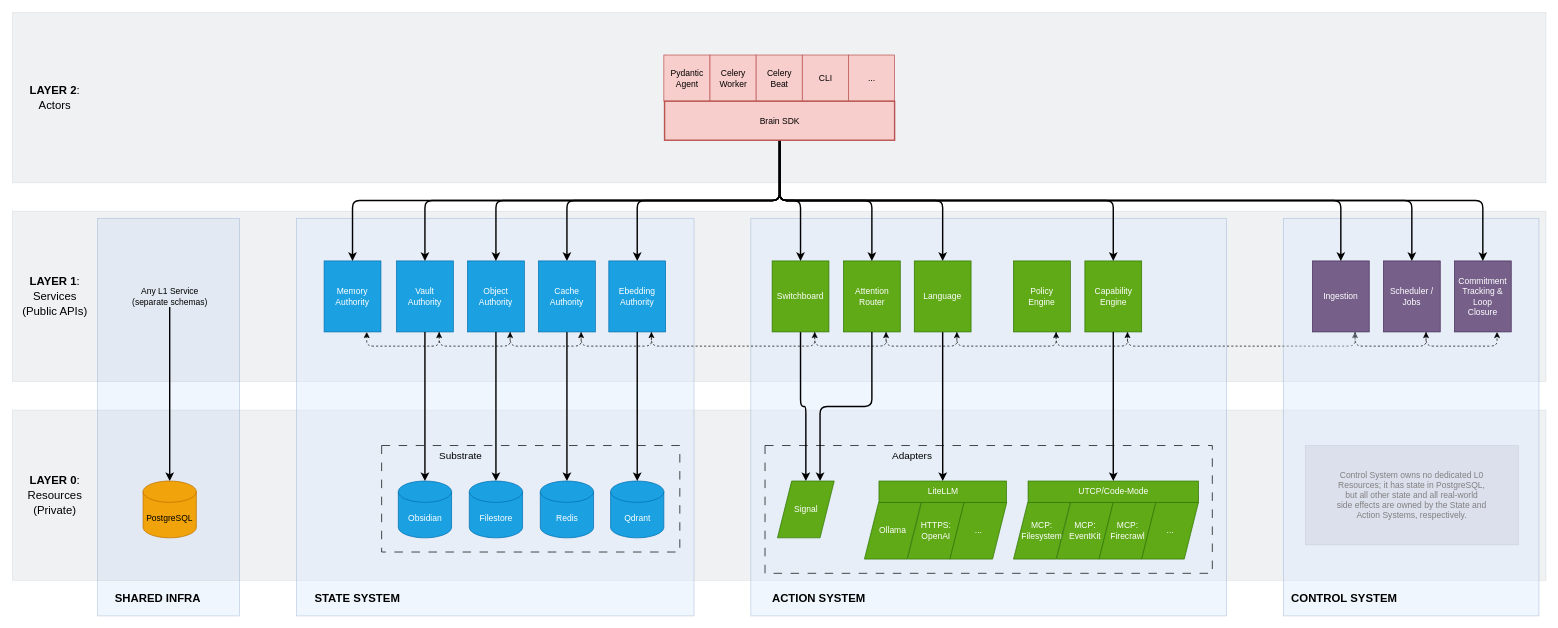
Before: page "boundaries-and-responsibilities" (4 of 4) of img/diagrams.drawio in cmtonkinson/brain, a draw.io diagram. Source tidied: cells renumbered, new cells numbered last; positions are measured from the earlier drawing's top-left corner, leaving out a move shared by most shapes. Both pictures are drawn from the tidied source at 71%, with x=0, y=0 at pixel (12, 12).
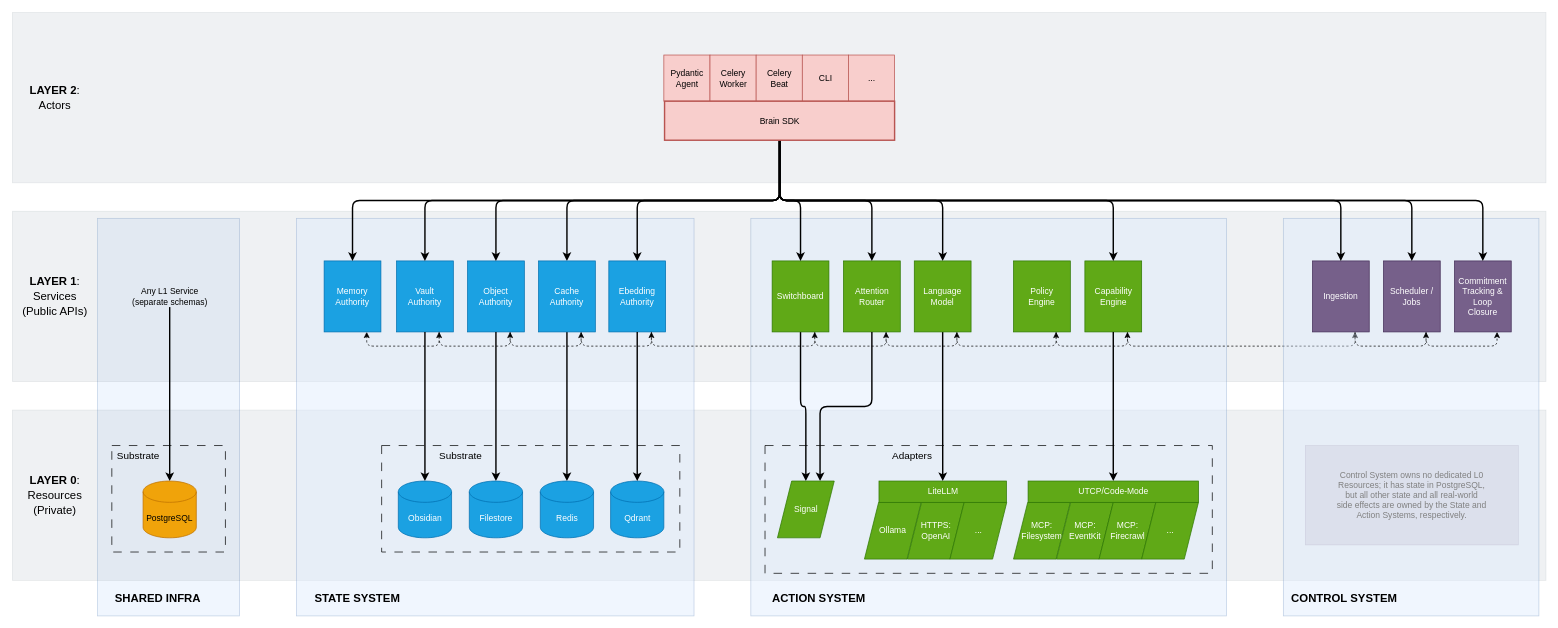
The same diagram, later.

What changed in the source:
```diff
@@
-    <mxCell id="85" value="Language" style="rounded=0;whiteSpace=wrap;html=1;fillColor=#60a917;strokeColor=#2D7600;fontColor=#ffffff;" parent="1" vertex="1">
+    <mxCell id="85" value="Language&lt;br&gt;Model" style="rounded=0;whiteSpace=wrap;html=1;fillColor=#60a917;strokeColor=#2D7600;fontColor=#ffffff;" parent="1" vertex="1">
       <mxGeometry x="1270.2" y="350" width="80" height="100" as="geometry" />
     </mxCell>
@@
+    <mxCell id="93" style="rounded=0;whiteSpace=wrap;html=1;fillColor=none;dashed=1;dashPattern=12 12;" parent="1" vertex="1">
+      <mxGeometry x="140" y="610" width="160" height="150" as="geometry" />
+    </mxCell>
+    <mxCell id="94" value="&lt;h3&gt;&lt;span style=&quot;font-weight: normal;&quot;&gt;Substrate&lt;/span&gt;&lt;/h3&gt;" style="text;html=1;whiteSpace=wrap;strokeColor=none;fillColor=none;align=center;verticalAlign=middle;rounded=0;" parent="1" vertex="1">
+      <mxGeometry x="140" y="610" width="75" height="30" as="geometry" />
+    </mxCell>
```
